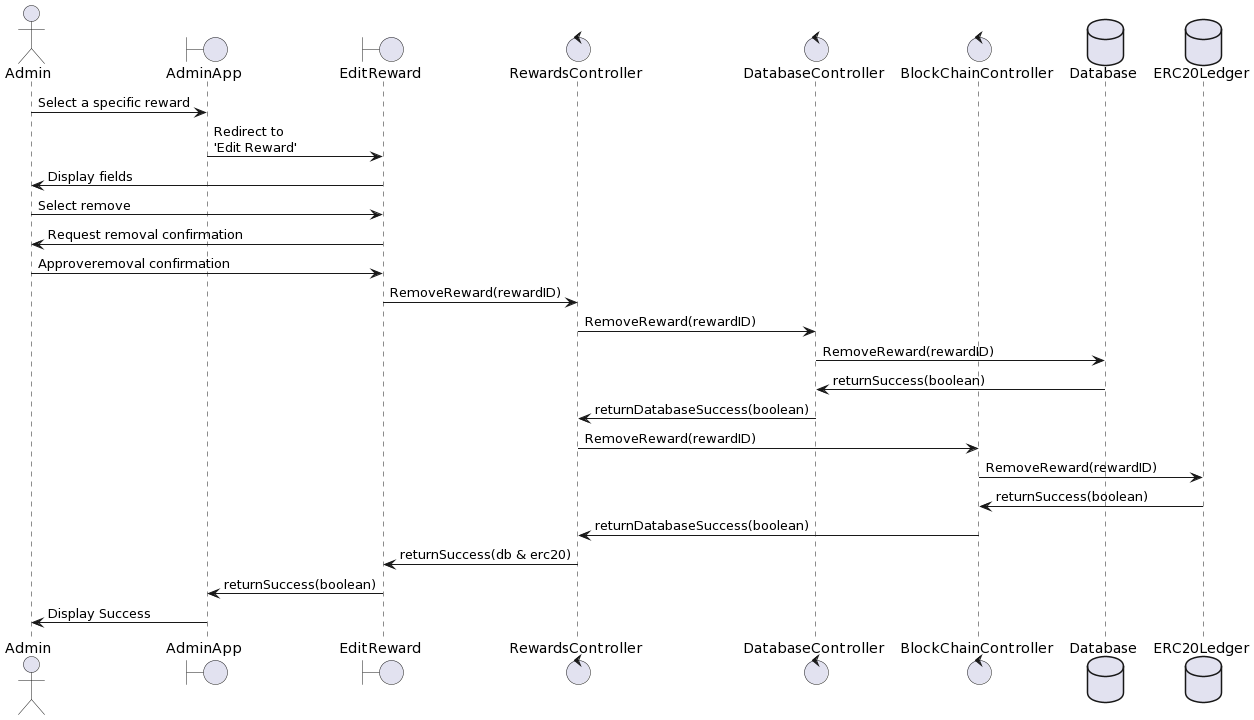
Before: Admin_RemoveReward.png, a diagram exported from PlantUML (Tamong/TFS).
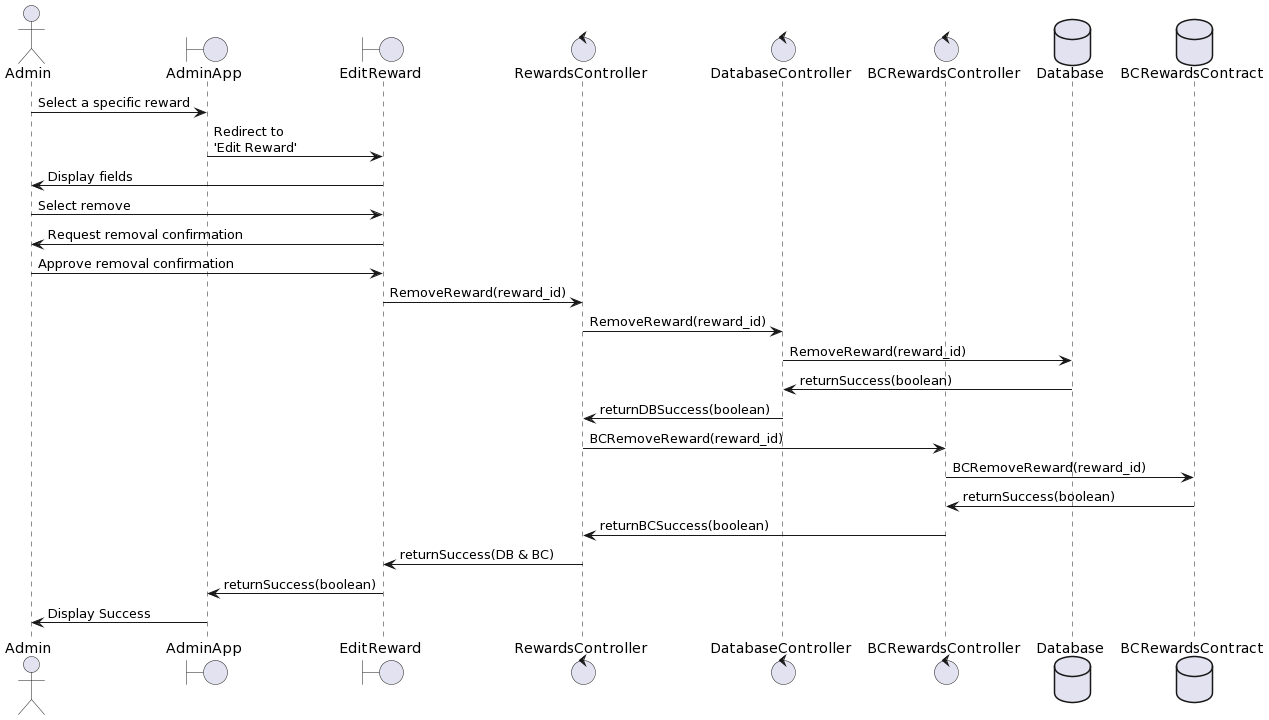
The same diagram one commit later.

What changed in the source:
```diff
@@ -5,10 +5,10 @@
 
 control     RewardsController
 control     DatabaseController
-control     BlockChainController
+control     BCRewardsController
 
 database    Database
-database    ERC20Ledger
+database    BCRewardsContract
 
 Admin -> AdminApp: Select a specific reward
 AdminApp -> EditReward: Redirect to \n'Edit Reward'
@@ -17,21 +17,21 @@
 Admin -> EditReward: Select remove
 
 EditReward -> Admin: Request removal confirmation
-Admin -> EditReward : Approveremoval confirmation
+Admin -> EditReward : Approve removal confirmation
 
-EditReward-> RewardsController : RemoveReward(rewardID)
+EditReward-> RewardsController : RemoveReward(reward_id)
 
-RewardsController -> DatabaseController : RemoveReward(rewardID)
-DatabaseController -> Database: RemoveReward(rewardID)
+RewardsController -> DatabaseController : RemoveReward(reward_id)
+DatabaseController -> Database: RemoveReward(reward_id)
 Database -> DatabaseController : returnSuccess(boolean)
-DatabaseController -> RewardsController : returnDatabaseSuccess(boolean)
+DatabaseController -> RewardsController : returnDBSuccess(boolean)
 
-RewardsController -> BlockChainController: RemoveReward(rewardID)
-BlockChainController-> ERC20Ledger: RemoveReward(rewardID)
-ERC20Ledger-> BlockChainController: returnSuccess(boolean)
-BlockChainController -> RewardsController : returnDatabaseSuccess(boolean)
+RewardsController -> BCRewardsController: BCRemoveReward(reward_id)
+BCRewardsController-> BCRewardsContract: BCRemoveReward(reward_id)
+BCRewardsContract-> BCRewardsController: returnSuccess(boolean)
+BCRewardsController-> RewardsController : returnBCSuccess(boolean)
 
-RewardsController -> EditReward: returnSuccess(db & erc20)
+RewardsController -> EditReward: returnSuccess(DB & BC)
 EditReward-> AdminApp: returnSuccess(boolean)
 
 AdminApp -> Admin : Display Success
```
